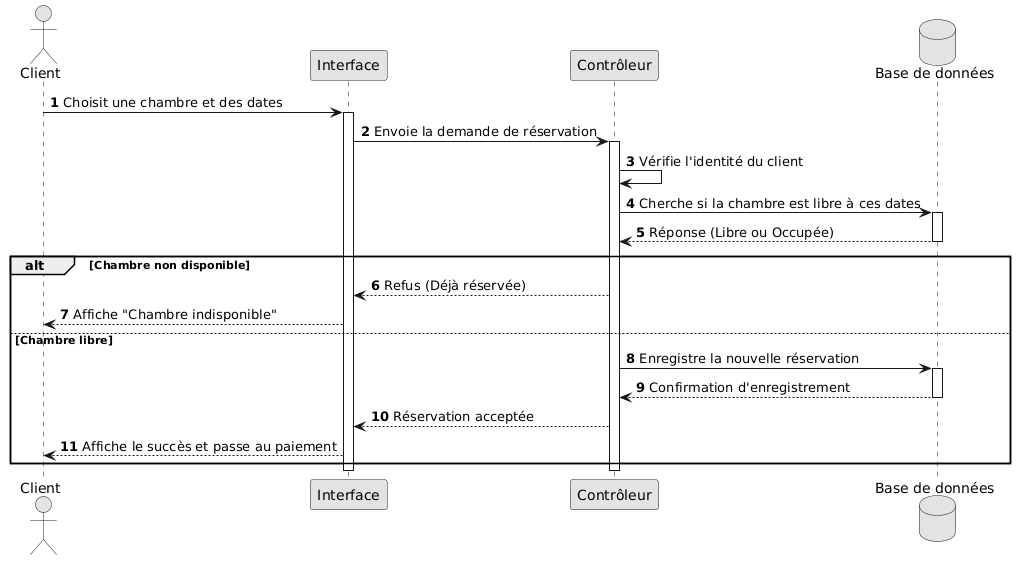
The PlantUML diagram out/docs/uml/07-sequence-search-reservation/07-sequence-search-reservation.png in malek420122/hotel_project_pfe, before a commit.
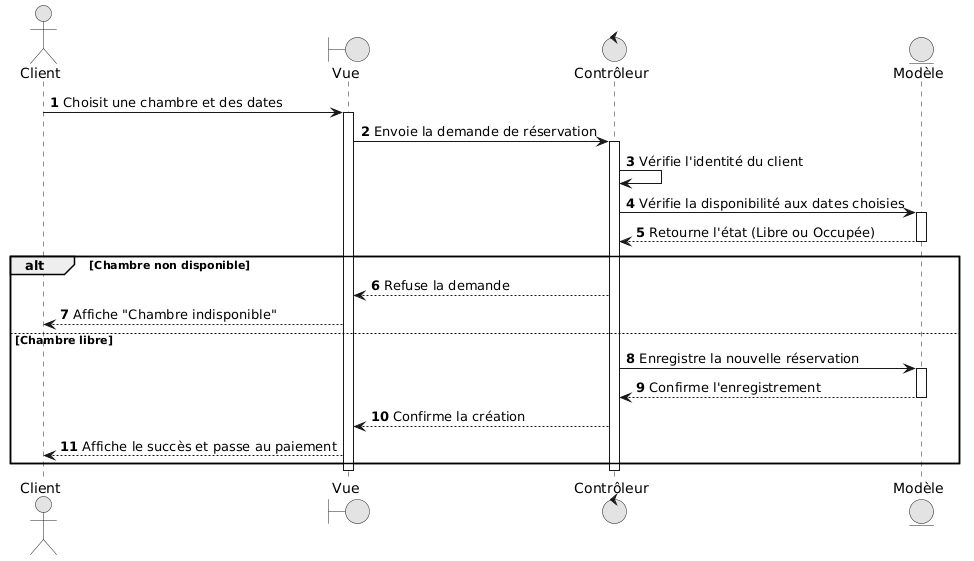
Above is the later version.

Change to the diagram source:
```diff
@@ -4,32 +4,33 @@
 autonumber
 
 actor "Client" as client
-participant "Interface" as vue
-participant "Contrôleur" as api
-database "Base de données" as db
+boundary "Vue" as vue
+control "Contrôleur" as ctrl
+entity "Modèle" as model
 
 client -> vue : Choisit une chambre et des dates
 activate vue
-vue -> api : Envoie la demande de réservation
-activate api
+vue -> ctrl : Envoie la demande de réservation
+activate ctrl
 
-api -> api : Vérifie l'identité du client
-api -> db : Cherche si la chambre est libre à ces dates
-activate db
-db --> api : Réponse (Libre ou Occupée)
-deactivate db
+ctrl -> ctrl : Vérifie l'identité du client
+ctrl -> model : Vérifie la disponibilité aux dates choisies
+activate model
+model --> ctrl : Retourne l'état (Libre ou Occupée)
+deactivate model
 
 alt Chambre non disponible
-    api --> vue : Refus (Déjà réservée)
+    ctrl --> vue : Refuse la demande
     vue --> client : Affiche "Chambre indisponible"
 else Chambre libre
-    api -> db : Enregistre la nouvelle réservation
-    activate db
-    db --> api : Confirmation d'enregistrement
-    deactivate db
-    api --> vue : Réservation acceptée
+    ctrl -> model : Enregistre la nouvelle réservation
+    activate model
+    model --> ctrl : Confirme l'enregistrement
+    deactivate model
+    ctrl --> vue : Confirme la création
     vue --> client : Affiche le succès et passe au paiement
 end
-deactivate api
+
+deactivate ctrl
 deactivate vue
 @enduml
```
